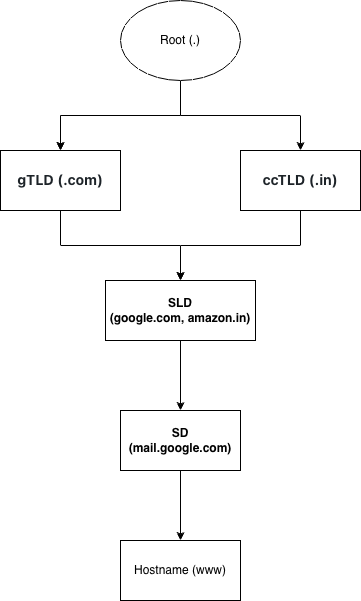
The draw.io diagram assets/dns-hierarchy.png in ZAO-01/internet, before a commit. Source tidied: cells renumbered, new cells last; positions are measured from the earlier drawing's top-left corner, leaving out a move shared by most shapes. The source it was exported from:
```xml
<mxGraphModel>
  <root>
    <mxCell id="0" />
    <mxCell id="1" parent="0" />
    <mxCell id="2" style="edgeStyle=orthogonalEdgeStyle;rounded=0;jettySize=auto;html=1;" parent="1" edge="1" source="5" target="7">
      <mxGeometry relative="1" as="geometry" />
    </mxCell>
    <mxCell id="3" style="edgeStyle=orthogonalEdgeStyle;rounded=0;jettySize=auto;html=1;" parent="1" edge="1" source="5" target="7">
      <mxGeometry relative="1" as="geometry" />
    </mxCell>
    <mxCell id="4" style="edgeStyle=orthogonalEdgeStyle;rounded=0;jettySize=auto;html=1;" parent="1" edge="1" source="5" target="9">
      <mxGeometry relative="1" as="geometry" />
    </mxCell>
    <mxCell id="5" value="Root (.)" style="ellipse;whiteSpace=wrap;html=1;" parent="1" vertex="1">
      <mxGeometry x="120" width="120" height="80" as="geometry" />
    </mxCell>
    <mxCell id="6" style="edgeStyle=orthogonalEdgeStyle;rounded=0;jettySize=auto;html=1;" parent="1" edge="1" source="7" target="11">
      <mxGeometry relative="1" as="geometry" />
    </mxCell>
    <mxCell id="7" value="&lt;div style=&quot;text-align: start;&quot;&gt;&lt;span style=&quot;background-color: transparent; font-size: 14px;&quot;&gt;&lt;font color=&quot;#1d2328&quot; face=&quot;-apple-system, system-ui, Segoe WPC, Segoe UI, system-ui, Ubuntu, Droid Sans, sans-serif&quot;&gt;&lt;b&gt;gTLD (.com)&lt;/b&gt;&lt;/font&gt;&lt;/span&gt;&lt;/div&gt;" style="whiteSpace=wrap;html=1;" parent="1" vertex="1">
      <mxGeometry y="150" width="120" height="60" as="geometry" />
    </mxCell>
    <mxCell id="8" style="edgeStyle=orthogonalEdgeStyle;rounded=0;jettySize=auto;html=1;exitX=0.5;exitY=1;exitDx=0;exitDy=0;entryX=0.5;entryY=0;entryDx=0;entryDy=0;" parent="1" edge="1" source="9" target="11">
      <mxGeometry relative="1" as="geometry" />
    </mxCell>
    <mxCell id="9" value="&lt;div style=&quot;text-align: start;&quot;&gt;&lt;span style=&quot;background-color: transparent; font-size: 14px;&quot;&gt;&lt;font color=&quot;#1d2328&quot; face=&quot;-apple-system, system-ui, Segoe WPC, Segoe UI, system-ui, Ubuntu, Droid Sans, sans-serif&quot;&gt;&lt;b&gt;ccTLD (.in)&lt;/b&gt;&lt;/font&gt;&lt;/span&gt;&lt;/div&gt;" style="whiteSpace=wrap;html=1;" parent="1" vertex="1">
      <mxGeometry x="240" y="150" width="120" height="60" as="geometry" />
    </mxCell>
    <mxCell id="10" style="edgeStyle=orthogonalEdgeStyle;rounded=0;jettySize=auto;html=1;" parent="1" edge="1" source="11" target="13">
      <mxGeometry relative="1" as="geometry" />
    </mxCell>
    <mxCell id="11" value="&lt;b&gt;SLD (google.com,&amp;nbsp;&lt;/b&gt;&lt;b&gt;amazon.in&lt;/b&gt;&lt;b&gt;)&lt;/b&gt;" style="whiteSpace=wrap;html=1;" parent="1" vertex="1">
      <mxGeometry x="105" y="280" width="150" height="60" as="geometry" />
    </mxCell>
    <mxCell id="12" style="edgeStyle=orthogonalEdgeStyle;rounded=0;jettySize=auto;html=1;" parent="1" edge="1" source="13" target="14">
      <mxGeometry relative="1" as="geometry" />
    </mxCell>
    <mxCell id="13" value="&lt;b&gt;SD (mail.google.com)&lt;/b&gt;" style="whiteSpace=wrap;html=1;" parent="1" vertex="1">
      <mxGeometry x="120" y="410" width="120" height="60" as="geometry" />
    </mxCell>
    <mxCell id="14" value="Hostname (www)" style="whiteSpace=wrap;html=1;" parent="1" vertex="1">
      <mxGeometry x="120" y="540" width="120" height="60" as="geometry" />
    </mxCell>
  </root>
</mxGraphModel>
```
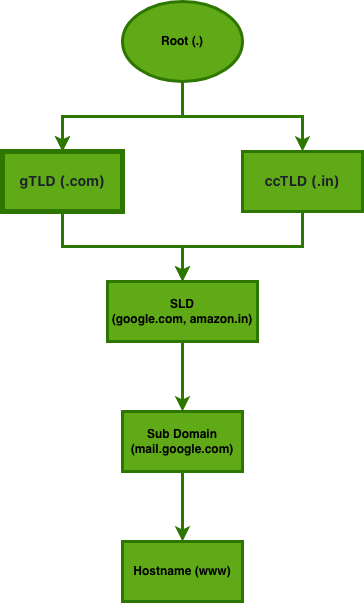
Later version of the same file.

Commit message:
change in dns hierarchy graph

The edit, as a diff of the source:
```diff
@@ -2,43 +2,43 @@
   <root>
     <mxCell id="0" />
     <mxCell id="1" parent="0" />
-    <mxCell id="2" style="edgeStyle=orthogonalEdgeStyle;rounded=0;jettySize=auto;html=1;" parent="1" edge="1" source="5" target="7">
+    <mxCell id="2" style="edgeStyle=orthogonalEdgeStyle;rounded=0;jettySize=auto;html=1;fillColor=#60a917;strokeColor=#2D7600;strokeWidth=3;" parent="1" edge="1" source="5" target="7">
       <mxGeometry relative="1" as="geometry" />
     </mxCell>
-    <mxCell id="3" style="edgeStyle=orthogonalEdgeStyle;rounded=0;jettySize=auto;html=1;" parent="1" edge="1" source="5" target="7">
+    <mxCell id="3" style="edgeStyle=orthogonalEdgeStyle;rounded=0;jettySize=auto;html=1;fillColor=#60a917;strokeColor=#2D7600;strokeWidth=3;" parent="1" edge="1" source="5" target="7">
       <mxGeometry relative="1" as="geometry" />
     </mxCell>
-    <mxCell id="4" style="edgeStyle=orthogonalEdgeStyle;rounded=0;jettySize=auto;html=1;" parent="1" edge="1" source="5" target="9">
+    <mxCell id="4" style="edgeStyle=orthogonalEdgeStyle;rounded=0;jettySize=auto;html=1;fillColor=#60a917;strokeColor=#2D7600;strokeWidth=3;" parent="1" edge="1" source="5" target="9">
       <mxGeometry relative="1" as="geometry" />
     </mxCell>
-    <mxCell id="5" value="Root (.)" style="ellipse;whiteSpace=wrap;html=1;" parent="1" vertex="1">
+    <mxCell id="5" value="&lt;font style=&quot;color: light-dark(rgb(0, 0, 0), rgb(255, 255, 255));&quot;&gt;&lt;b&gt;Root (.)&lt;/b&gt;&lt;/font&gt;" style="ellipse;whiteSpace=wrap;html=1;fillColor=#60a917;fontColor=#ffffff;strokeColor=#2D7600;strokeWidth=3;" parent="1" vertex="1">
       <mxGeometry x="120" width="120" height="80" as="geometry" />
     </mxCell>
-    <mxCell id="6" style="edgeStyle=orthogonalEdgeStyle;rounded=0;jettySize=auto;html=1;" parent="1" edge="1" source="7" target="11">
+    <mxCell id="6" style="edgeStyle=orthogonalEdgeStyle;rounded=0;jettySize=auto;html=1;fillColor=#60a917;strokeColor=#2D7600;strokeWidth=3;" parent="1" edge="1" source="7" target="11">
       <mxGeometry relative="1" as="geometry" />
     </mxCell>
-    <mxCell id="7" value="&lt;div style=&quot;text-align: start;&quot;&gt;&lt;span style=&quot;background-color: transparent; font-size: 14px;&quot;&gt;&lt;font color=&quot;#1d2328&quot; face=&quot;-apple-system, system-ui, Segoe WPC, Segoe UI, system-ui, Ubuntu, Droid Sans, sans-serif&quot;&gt;&lt;b&gt;gTLD (.com)&lt;/b&gt;&lt;/font&gt;&lt;/span&gt;&lt;/div&gt;" style="whiteSpace=wrap;html=1;" parent="1" vertex="1">
+    <mxCell id="7" value="&lt;div style=&quot;text-align: start;&quot;&gt;&lt;span style=&quot;background-color: transparent; font-size: 14px;&quot;&gt;&lt;font face=&quot;-apple-system, system-ui, Segoe WPC, Segoe UI, system-ui, Ubuntu, Droid Sans, sans-serif&quot; style=&quot;color: light-dark(rgb(29, 35, 40), rgb(255, 255, 255));&quot;&gt;&lt;b style=&quot;&quot;&gt;gTLD (.com)&lt;/b&gt;&lt;/font&gt;&lt;/span&gt;&lt;/div&gt;" style="whiteSpace=wrap;html=1;fillColor=#60a917;fontColor=#ffffff;strokeColor=#2D7600;strokeWidth=5;" parent="1" vertex="1">
       <mxGeometry y="150" width="120" height="60" as="geometry" />
     </mxCell>
-    <mxCell id="8" style="edgeStyle=orthogonalEdgeStyle;rounded=0;jettySize=auto;html=1;exitX=0.5;exitY=1;exitDx=0;exitDy=0;entryX=0.5;entryY=0;entryDx=0;entryDy=0;" parent="1" edge="1" source="9" target="11">
+    <mxCell id="8" style="edgeStyle=orthogonalEdgeStyle;rounded=0;jettySize=auto;html=1;exitX=0.5;exitY=1;exitDx=0;exitDy=0;entryX=0.5;entryY=0;entryDx=0;entryDy=0;fillColor=#60a917;strokeColor=#2D7600;strokeWidth=3;" parent="1" edge="1" source="9" target="11">
       <mxGeometry relative="1" as="geometry" />
     </mxCell>
-    <mxCell id="9" value="&lt;div style=&quot;text-align: start;&quot;&gt;&lt;span style=&quot;background-color: transparent; font-size: 14px;&quot;&gt;&lt;font color=&quot;#1d2328&quot; face=&quot;-apple-system, system-ui, Segoe WPC, Segoe UI, system-ui, Ubuntu, Droid Sans, sans-serif&quot;&gt;&lt;b&gt;ccTLD (.in)&lt;/b&gt;&lt;/font&gt;&lt;/span&gt;&lt;/div&gt;" style="whiteSpace=wrap;html=1;" parent="1" vertex="1">
+    <mxCell id="9" value="&lt;div style=&quot;text-align: start;&quot;&gt;&lt;span style=&quot;background-color: transparent; font-size: 14px;&quot;&gt;&lt;font face=&quot;-apple-system, system-ui, Segoe WPC, Segoe UI, system-ui, Ubuntu, Droid Sans, sans-serif&quot; style=&quot;color: light-dark(rgb(29, 35, 40), rgb(255, 255, 255));&quot;&gt;&lt;b style=&quot;&quot;&gt;ccTLD (.in)&lt;/b&gt;&lt;/font&gt;&lt;/span&gt;&lt;/div&gt;" style="whiteSpace=wrap;html=1;fillColor=#60a917;fontColor=#ffffff;strokeColor=#2D7600;strokeWidth=3;" parent="1" vertex="1">
       <mxGeometry x="240" y="150" width="120" height="60" as="geometry" />
     </mxCell>
-    <mxCell id="10" style="edgeStyle=orthogonalEdgeStyle;rounded=0;jettySize=auto;html=1;" parent="1" edge="1" source="11" target="13">
+    <mxCell id="10" style="edgeStyle=orthogonalEdgeStyle;rounded=0;jettySize=auto;html=1;fillColor=#60a917;strokeColor=#2D7600;strokeWidth=3;" parent="1" edge="1" source="11" target="13">
       <mxGeometry relative="1" as="geometry" />
     </mxCell>
-    <mxCell id="11" value="&lt;b&gt;SLD (google.com,&amp;nbsp;&lt;/b&gt;&lt;b&gt;amazon.in&lt;/b&gt;&lt;b&gt;)&lt;/b&gt;" style="whiteSpace=wrap;html=1;" parent="1" vertex="1">
+    <mxCell id="11" value="&lt;font style=&quot;color: light-dark(rgb(0, 0, 0), rgb(255, 255, 255));&quot;&gt;&lt;b&gt;SLD (google.com,&amp;nbsp;&lt;/b&gt;&lt;b&gt;amazon.in&lt;/b&gt;&lt;b&gt;)&lt;/b&gt;&lt;/font&gt;" style="whiteSpace=wrap;html=1;fillColor=#60a917;fontColor=#ffffff;strokeColor=#2D7600;strokeWidth=3;" parent="1" vertex="1">
       <mxGeometry x="105" y="280" width="150" height="60" as="geometry" />
     </mxCell>
-    <mxCell id="12" style="edgeStyle=orthogonalEdgeStyle;rounded=0;jettySize=auto;html=1;" parent="1" edge="1" source="13" target="14">
+    <mxCell id="12" style="edgeStyle=orthogonalEdgeStyle;rounded=0;jettySize=auto;html=1;fillColor=#60a917;strokeColor=#2D7600;strokeWidth=3;" parent="1" edge="1" source="13" target="14">
       <mxGeometry relative="1" as="geometry" />
     </mxCell>
-    <mxCell id="13" value="&lt;b&gt;SD (mail.google.com)&lt;/b&gt;" style="whiteSpace=wrap;html=1;" parent="1" vertex="1">
+    <mxCell id="13" value="&lt;b&gt;&lt;font style=&quot;color: light-dark(rgb(0, 0, 0), rgb(255, 255, 255));&quot;&gt;Sub Domain (mail.google.com)&lt;/font&gt;&lt;/b&gt;" style="whiteSpace=wrap;html=1;fillColor=#60a917;fontColor=#ffffff;strokeColor=#2D7600;strokeWidth=3;" parent="1" vertex="1">
       <mxGeometry x="120" y="410" width="120" height="60" as="geometry" />
     </mxCell>
-    <mxCell id="14" value="Hostname (www)" style="whiteSpace=wrap;html=1;" parent="1" vertex="1">
+    <mxCell id="14" value="&lt;b&gt;&lt;font style=&quot;color: light-dark(rgb(0, 0, 0), rgb(255, 255, 255));&quot;&gt;Hostname (www)&lt;/font&gt;&lt;/b&gt;" style="whiteSpace=wrap;html=1;fillColor=#60a917;fontColor=#ffffff;strokeColor=#2D7600;strokeWidth=3;" parent="1" vertex="1">
       <mxGeometry x="120" y="540" width="120" height="60" as="geometry" />
     </mxCell>
   </root>
```
